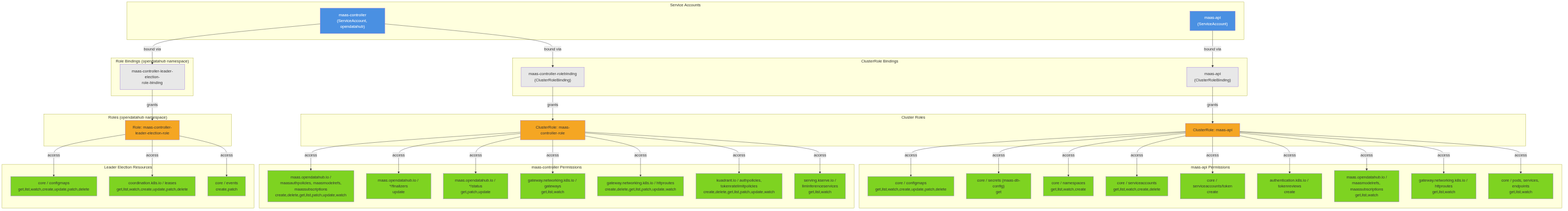
Earlier version of the Mermaid export architecture/rhoai-3.4-ea.2/diagrams/models-as-a-service-rbac.png (rhuss/architecture-context). Its source is kept beside it as architecture/rhoai-3.4-ea.2/diagrams/models-as-a-service-rbac.mmd.
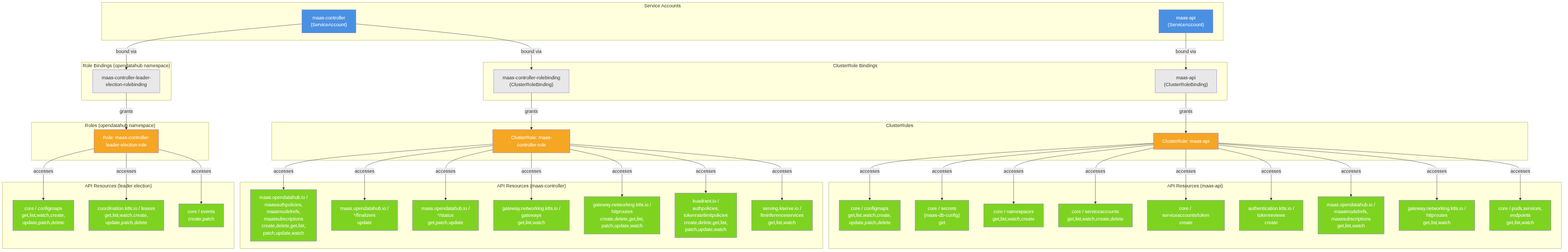
Above is the later version.

The edit, as a diff of the source:
```diff
@@ -2,7 +2,7 @@
 graph TD
     subgraph ServiceAccounts["Service Accounts"]
         SA_API["maas-api<br/>(ServiceAccount)"]
-        SA_CTRL["maas-controller<br/>(ServiceAccount, opendatahub)"]
+        SA_CTRL["maas-controller<br/>(ServiceAccount)"]
     end
 
     subgraph ClusterRoleBindings["ClusterRole Bindings"]
@@ -11,101 +11,99 @@
     end
 
     subgraph RoleBindings["Role Bindings (opendatahub namespace)"]
-        RB_LEADER["maas-controller-leader-election-<br/>role-binding"]
+        RB_LE["maas-controller-leader-<br/>election-rolebinding"]
     end
 
-    subgraph ClusterRoles["Cluster Roles"]
+    subgraph ClusterRoles["ClusterRoles"]
         CR_API["ClusterRole: maas-api"]
         CR_CTRL["ClusterRole: maas-controller-role"]
     end
 
     subgraph Roles["Roles (opendatahub namespace)"]
-        R_LEADER["Role: maas-controller-<br/>leader-election-role"]
+        R_LE["Role: maas-controller-<br/>leader-election-role"]
     end
 
-    subgraph API_Resources["maas-api Permissions"]
-        API_CM["core / configmaps<br/>get,list,watch,create,update,patch,delete"]
-        API_SEC["core / secrets (maas-db-config)<br/>get"]
-        API_NS["core / namespaces<br/>get,list,watch,create"]
-        API_SA["core / serviceaccounts<br/>get,list,watch,create,delete"]
-        API_SAT["core / serviceaccounts/token<br/>create"]
-        API_TR["authentication.k8s.io / tokenreviews<br/>create"]
-        API_MAAS["maas.opendatahub.io /<br/>maasmodelrefs, maassubscriptions<br/>get,list,watch"]
-        API_HR["gateway.networking.k8s.io / httproutes<br/>get,list,watch"]
-        API_PODS["core / pods, services, endpoints<br/>get,list,watch"]
+    subgraph APIResources_API["API Resources (maas-api)"]
+        ConfigMaps_API["core / configmaps<br/>get,list,watch,create,<br/>update,patch,delete"]
+        Secrets_API["core / secrets<br/>(maas-db-config)<br/>get"]
+        Namespaces_API["core / namespaces<br/>get,list,watch,create"]
+        ServiceAccounts_API["core / serviceaccounts<br/>get,list,watch,create,delete"]
+        SAToken_API["core / serviceaccounts/token<br/>create"]
+        TokenReviews_API["authentication.k8s.io /<br/>tokenreviews<br/>create"]
+        MaaSCRs_API["maas.opendatahub.io /<br/>maasmodelrefs,<br/>maassubscriptions<br/>get,list,watch"]
+        HTTPRoutes_API["gateway.networking.k8s.io /<br/>httproutes<br/>get,list,watch"]
+        CoreResources_API["core / pods,services,<br/>endpoints<br/>get,list,watch"]
     end
 
-    subgraph Controller_Resources["maas-controller Permissions"]
-        CTRL_CRD["maas.opendatahub.io /<br/>maasauthpolicies, maasmodelrefs,<br/>maassubscriptions<br/>create,delete,get,list,patch,update,watch"]
-        CTRL_FIN["maas.opendatahub.io / */finalizers<br/>update"]
-        CTRL_STS["maas.opendatahub.io / */status<br/>get,patch,update"]
-        CTRL_GW["gateway.networking.k8s.io / gateways<br/>get,list,watch"]
-        CTRL_HR["gateway.networking.k8s.io / httproutes<br/>create,delete,get,list,patch,update,watch"]
-        CTRL_KUA["kuadrant.io / authpolicies,<br/>tokenratelimitpolicies<br/>create,delete,get,list,patch,update,watch"]
-        CTRL_KS["serving.kserve.io /<br/>llminferenceservices<br/>get,list,watch"]
+    subgraph APIResources_CTRL["API Resources (maas-controller)"]
+        MaaSCRs_CTRL["maas.opendatahub.io /<br/>maasauthpolicies,<br/>maasmodelrefs,<br/>maassubscriptions<br/>create,delete,get,list,<br/>patch,update,watch"]
+        MaaSFinalizers["maas.opendatahub.io /<br/>*/finalizers<br/>update"]
+        MaaSStatus["maas.opendatahub.io /<br/>*/status<br/>get,patch,update"]
+        Gateways_CTRL["gateway.networking.k8s.io /<br/>gateways<br/>get,list,watch"]
+        HTTPRoutes_CTRL["gateway.networking.k8s.io /<br/>httproutes<br/>create,delete,get,list,<br/>patch,update,watch"]
+        KuadrantPolicies["kuadrant.io /<br/>authpolicies,<br/>tokenratelimitpolicies<br/>create,delete,get,list,<br/>patch,update,watch"]
+        LLMInferenceSvc["serving.kserve.io /<br/>llminferenceservices<br/>get,list,watch"]
     end
 
-    subgraph LeaderElection["Leader Election Resources"]
-        LE_CM["core / configmaps<br/>get,list,watch,create,update,patch,delete"]
-        LE_LEASE["coordination.k8s.io / leases<br/>get,list,watch,create,update,patch,delete"]
-        LE_EVT["core / events<br/>create,patch"]
+    subgraph APIResources_LE["API Resources (leader election)"]
+        ConfigMaps_LE["core / configmaps<br/>get,list,watch,create,<br/>update,patch,delete"]
+        Leases_LE["coordination.k8s.io / leases<br/>get,list,watch,create,<br/>update,patch,delete"]
+        Events_LE["core / events<br/>create,patch"]
     end
 
     SA_API -->|bound via| CRB_API
     CRB_API -->|grants| CR_API
-
     SA_CTRL -->|bound via| CRB_CTRL
     CRB_CTRL -->|grants| CR_CTRL
+    SA_CTRL -->|bound via| RB_LE
+    RB_LE -->|grants| R_LE
 
-    SA_CTRL -->|bound via| RB_LEADER
-    RB_LEADER -->|grants| R_LEADER
+    CR_API -->|accesses| ConfigMaps_API
+    CR_API -->|accesses| Secrets_API
+    CR_API -->|accesses| Namespaces_API
+    CR_API -->|accesses| ServiceAccounts_API
+    CR_API -->|accesses| SAToken_API
+    CR_API -->|accesses| TokenReviews_API
+    CR_API -->|accesses| MaaSCRs_API
+    CR_API -->|accesses| HTTPRoutes_API
+    CR_API -->|accesses| CoreResources_API
 
-    CR_API -->|access| API_CM
-    CR_API -->|access| API_SEC
-    CR_API -->|access| API_NS
-    CR_API -->|access| API_SA
-    CR_API -->|access| API_SAT
-    CR_API -->|access| API_TR
-    CR_API -->|access| API_MAAS
-    CR_API -->|access| API_HR
-    CR_API -->|access| API_PODS
+    CR_CTRL -->|accesses| MaaSCRs_CTRL
+    CR_CTRL -->|accesses| MaaSFinalizers
+    CR_CTRL -->|accesses| MaaSStatus
+    CR_CTRL -->|accesses| Gateways_CTRL
+    CR_CTRL -->|accesses| HTTPRoutes_CTRL
+    CR_CTRL -->|accesses| KuadrantPolicies
+    CR_CTRL -->|accesses| LLMInferenceSvc
 
-    CR_CTRL -->|access| CTRL_CRD
-    CR_CTRL -->|access| CTRL_FIN
-    CR_CTRL -->|access| CTRL_STS
-    CR_CTRL -->|access| CTRL_GW
-    CR_CTRL -->|access| CTRL_HR
-    CR_CTRL -->|access| CTRL_KUA
-    CR_CTRL -->|access| CTRL_KS
-
-    R_LEADER -->|access| LE_CM
-    R_LEADER -->|access| LE_LEASE
-    R_LEADER -->|access| LE_EVT
+    R_LE -->|accesses| ConfigMaps_LE
+    R_LE -->|accesses| Leases_LE
+    R_LE -->|accesses| Events_LE
 
     style SA_API fill:#4a90e2,color:#fff
     style SA_CTRL fill:#4a90e2,color:#fff
-    style CR_API fill:#f5a623
-    style CR_CTRL fill:#f5a623
-    style R_LEADER fill:#f5a623
-    style CRB_API fill:#e8e8e8
-    style CRB_CTRL fill:#e8e8e8
-    style RB_LEADER fill:#e8e8e8
-    style API_CM fill:#7ed321
-    style API_SEC fill:#7ed321
-    style API_NS fill:#7ed321
-    style API_SA fill:#7ed321
-    style API_SAT fill:#7ed321
-    style API_TR fill:#7ed321
-    style API_MAAS fill:#7ed321
-    style API_HR fill:#7ed321
-    style API_PODS fill:#7ed321
-    style CTRL_CRD fill:#7ed321
-    style CTRL_FIN fill:#7ed321
-    style CTRL_STS fill:#7ed321
-    style CTRL_GW fill:#7ed321
-    style CTRL_HR fill:#7ed321
-    style CTRL_KUA fill:#7ed321
-    style CTRL_KS fill:#7ed321
-    style LE_CM fill:#7ed321
-    style LE_LEASE fill:#7ed321
-    style LE_EVT fill:#7ed321
+    style CR_API fill:#f5a623,color:#fff
+    style CR_CTRL fill:#f5a623,color:#fff
+    style R_LE fill:#f5a623,color:#fff
+    style CRB_API fill:#e8e8e8,color:#333
+    style CRB_CTRL fill:#e8e8e8,color:#333
+    style RB_LE fill:#e8e8e8,color:#333
+    style ConfigMaps_API fill:#7ed321,color:#fff
+    style Secrets_API fill:#7ed321,color:#fff
+    style Namespaces_API fill:#7ed321,color:#fff
+    style ServiceAccounts_API fill:#7ed321,color:#fff
+    style SAToken_API fill:#7ed321,color:#fff
+    style TokenReviews_API fill:#7ed321,color:#fff
+    style MaaSCRs_API fill:#7ed321,color:#fff
+    style HTTPRoutes_API fill:#7ed321,color:#fff
+    style CoreResources_API fill:#7ed321,color:#fff
+    style MaaSCRs_CTRL fill:#7ed321,color:#fff
+    style MaaSFinalizers fill:#7ed321,color:#fff
+    style MaaSStatus fill:#7ed321,color:#fff
+    style Gateways_CTRL fill:#7ed321,color:#fff
+    style HTTPRoutes_CTRL fill:#7ed321,color:#fff
+    style KuadrantPolicies fill:#7ed321,color:#fff
+    style LLMInferenceSvc fill:#7ed321,color:#fff
+    style ConfigMaps_LE fill:#7ed321,color:#fff
+    style Leases_LE fill:#7ed321,color:#fff
+    style Events_LE fill:#7ed321,color:#fff
```
